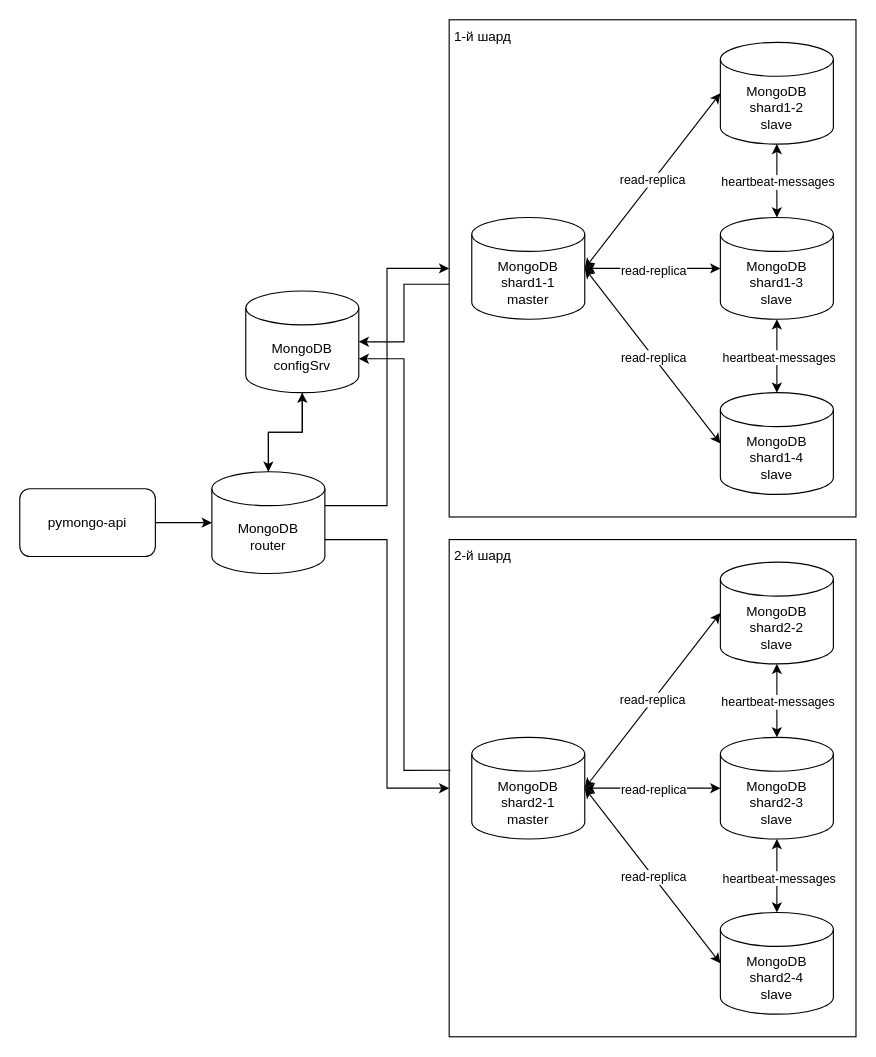
Above: mongo-sharding-repl/task_3.drawio in dftyni/architecture-mesto (draw.io), before the change. Source tidied: cells renumbered, new cells numbered last; positions are measured from the earlier drawing's top-left corner, leaving out a move shared by most shapes. Both pictures are drawn from the tidied source at 113%, with x=0, y=0 at pixel (19, 19).
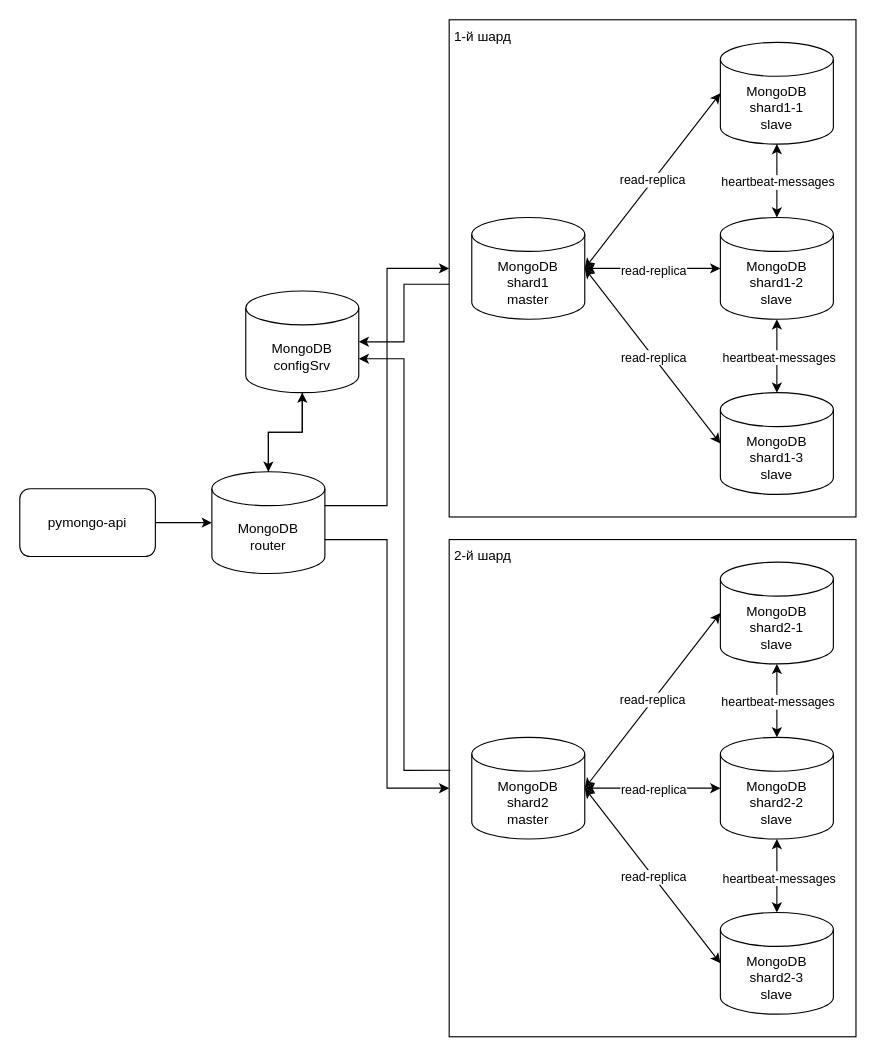
The same page after the edit.

Diff of the diagram source:
```diff
@@
-    <mxCell id="6" value="MongoDB&lt;br&gt;shard1-1&lt;br&gt;master" style="shape=cylinder3;whiteSpace=wrap;html=1;boundedLbl=1;backgroundOutline=1;size=15;" parent="1" vertex="1">
+    <mxCell id="6" value="MongoDB&lt;br&gt;shard1&lt;br&gt;master" style="shape=cylinder3;whiteSpace=wrap;html=1;boundedLbl=1;backgroundOutline=1;size=15;" parent="1" vertex="1">
       <mxGeometry x="400" y="175" width="100" height="90" as="geometry" />
     </mxCell>
-    <mxCell id="7" value="MongoDB&lt;br&gt;shard2-1&lt;div&gt;master&lt;/div&gt;" style="shape=cylinder3;whiteSpace=wrap;html=1;boundedLbl=1;backgroundOutline=1;size=15;" parent="1" vertex="1">
+    <mxCell id="7" value="MongoDB&lt;br&gt;shard2&lt;div&gt;master&lt;/div&gt;" style="shape=cylinder3;whiteSpace=wrap;html=1;boundedLbl=1;backgroundOutline=1;size=15;" parent="1" vertex="1">
       <mxGeometry x="400" y="635" width="100" height="90" as="geometry" />
     </mxCell>
@@
-    <mxCell id="14" value="MongoDB&lt;br&gt;shard1-4&lt;br&gt;slave" style="shape=cylinder3;whiteSpace=wrap;html=1;boundedLbl=1;backgroundOutline=1;size=15;" parent="1" vertex="1">
+    <mxCell id="14" value="MongoDB&lt;br&gt;shard1-3&lt;br&gt;slave" style="shape=cylinder3;whiteSpace=wrap;html=1;boundedLbl=1;backgroundOutline=1;size=15;" parent="1" vertex="1">
       <mxGeometry x="620" y="330" width="100" height="90" as="geometry" />
     </mxCell>
-    <mxCell id="15" value="MongoDB&lt;br&gt;shard1-3&lt;br&gt;slave" style="shape=cylinder3;whiteSpace=wrap;html=1;boundedLbl=1;backgroundOutline=1;size=15;" parent="1" vertex="1">
+    <mxCell id="15" value="MongoDB&lt;br&gt;shard1-2&lt;br&gt;slave" style="shape=cylinder3;whiteSpace=wrap;html=1;boundedLbl=1;backgroundOutline=1;size=15;" parent="1" vertex="1">
       <mxGeometry x="620" y="175" width="100" height="90" as="geometry" />
     </mxCell>
-    <mxCell id="16" value="MongoDB&lt;br&gt;shard2-2&lt;br&gt;slave" style="shape=cylinder3;whiteSpace=wrap;html=1;boundedLbl=1;backgroundOutline=1;size=15;" parent="1" vertex="1">
+    <mxCell id="16" value="MongoDB&lt;br&gt;shard2-1&lt;br&gt;slave" style="shape=cylinder3;whiteSpace=wrap;html=1;boundedLbl=1;backgroundOutline=1;size=15;" parent="1" vertex="1">
       <mxGeometry x="620" y="480" width="100" height="90" as="geometry" />
     </mxCell>
-    <mxCell id="17" value="MongoDB&lt;br&gt;shard1-2&lt;br&gt;slave" style="shape=cylinder3;whiteSpace=wrap;html=1;boundedLbl=1;backgroundOutline=1;size=15;" parent="1" vertex="1">
+    <mxCell id="17" value="MongoDB&lt;br&gt;shard1-1&lt;br&gt;slave" style="shape=cylinder3;whiteSpace=wrap;html=1;boundedLbl=1;backgroundOutline=1;size=15;" parent="1" vertex="1">
       <mxGeometry x="620" y="20" width="100" height="90" as="geometry" />
     </mxCell>
-    <mxCell id="18" value="MongoDB&lt;br&gt;shard2-3&lt;br&gt;slave" style="shape=cylinder3;whiteSpace=wrap;html=1;boundedLbl=1;backgroundOutline=1;size=15;" parent="1" vertex="1">
+    <mxCell id="18" value="MongoDB&lt;br&gt;shard2-2&lt;br&gt;slave" style="shape=cylinder3;whiteSpace=wrap;html=1;boundedLbl=1;backgroundOutline=1;size=15;" parent="1" vertex="1">
       <mxGeometry x="620" y="635" width="100" height="90" as="geometry" />
     </mxCell>
-    <mxCell id="19" value="MongoDB&lt;br&gt;shard2-4&lt;br&gt;slave" style="shape=cylinder3;whiteSpace=wrap;html=1;boundedLbl=1;backgroundOutline=1;size=15;" parent="1" vertex="1">
+    <mxCell id="19" value="MongoDB&lt;br&gt;shard2-3&lt;br&gt;slave" style="shape=cylinder3;whiteSpace=wrap;html=1;boundedLbl=1;backgroundOutline=1;size=15;" parent="1" vertex="1">
       <mxGeometry x="620" y="790" width="100" height="90" as="geometry" />
     </mxCell>
```
